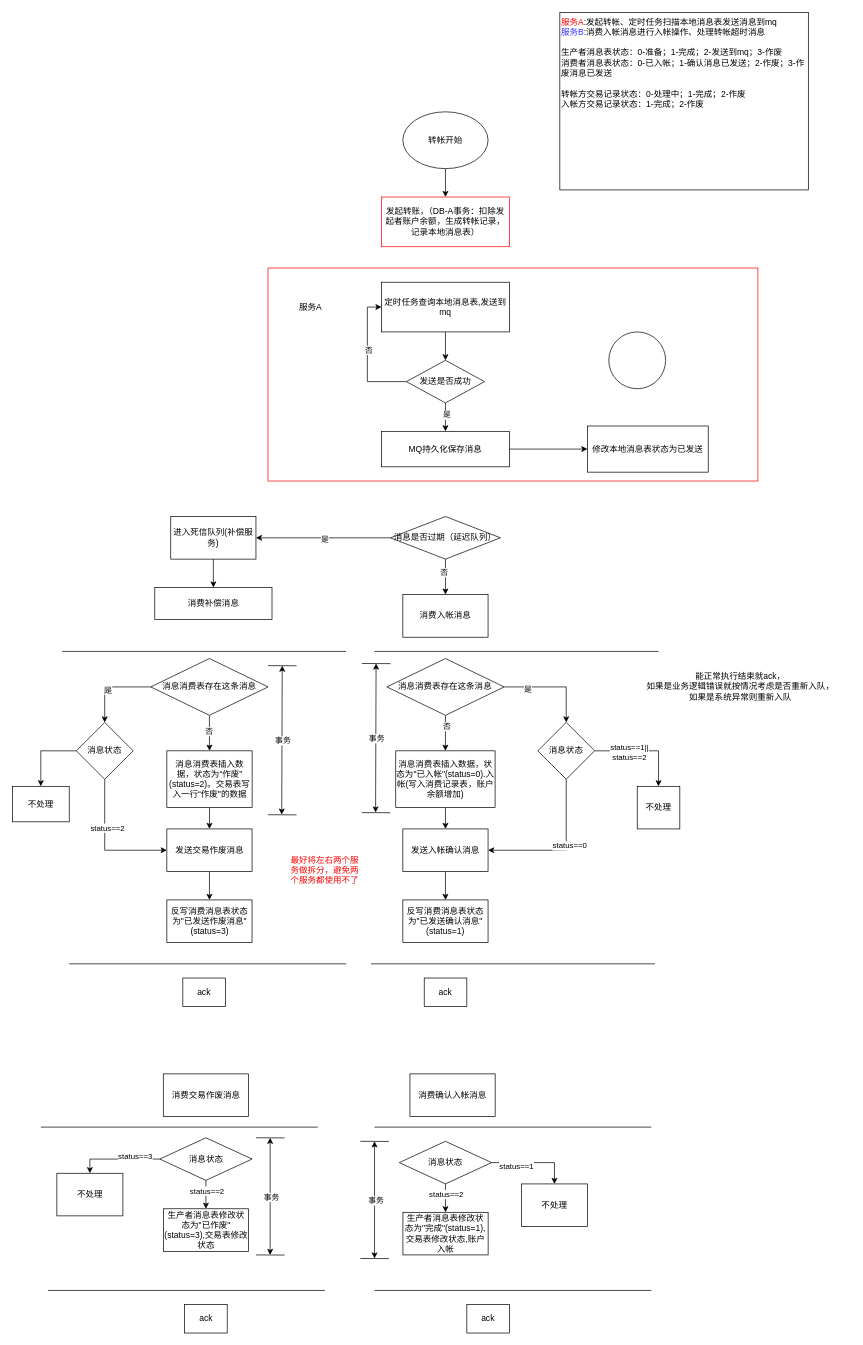
This is transfer-v2-跨数据库.drawio from liepig1223/drawio, a draw.io file, before an edit. Source tidied: cells renumbered, new cells numbered last; positions are measured from the earlier drawing's top-left corner, leaving out a move shared by most shapes. Both pictures are drawn from the tidied source at 71%, with x=0, y=0 at pixel (12, 12).
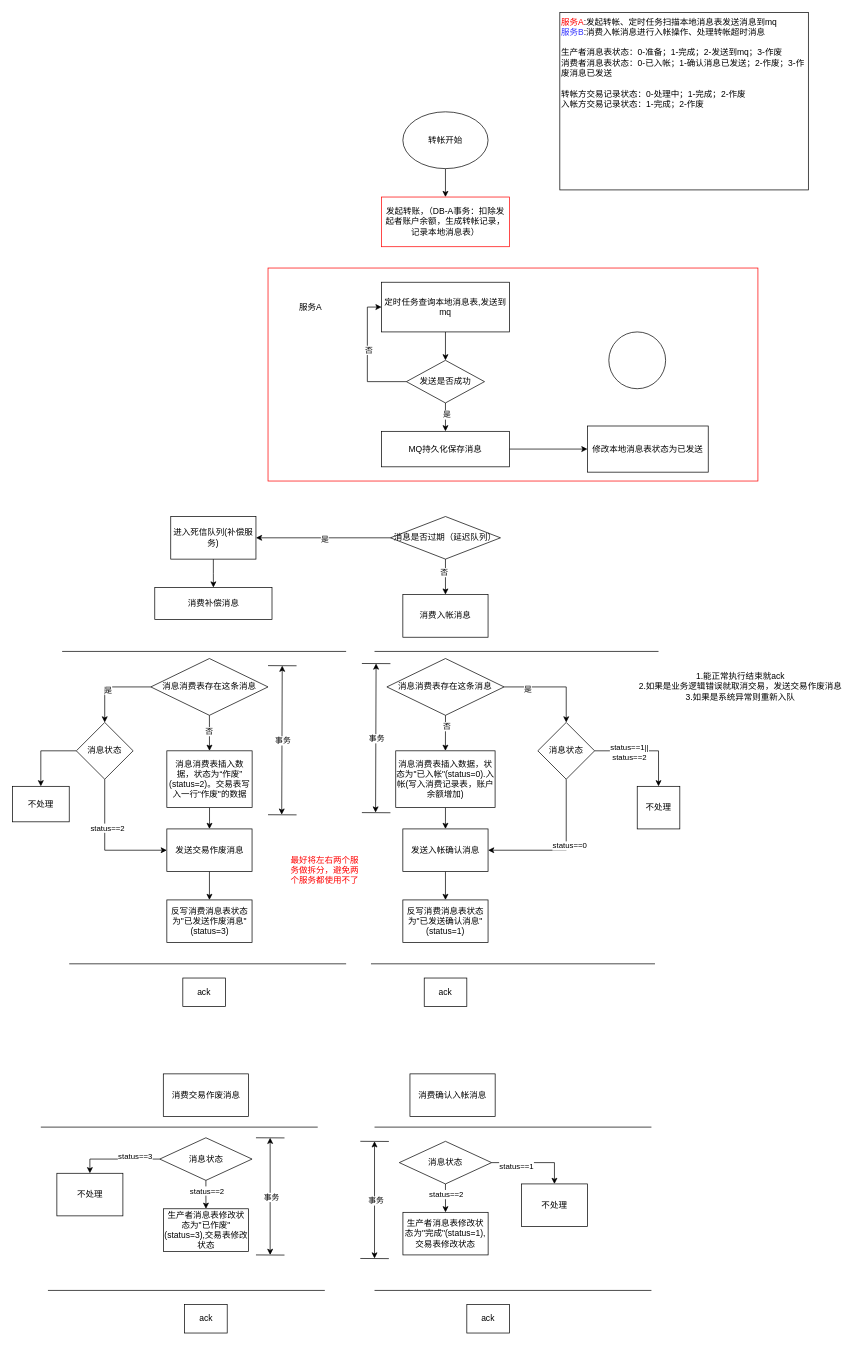
Above is the later version.

Commit message:
更新transfer-v2-跨数据库.drawio

Change to the diagram source:
```diff
@@
-    <mxCell id="56" value="生产者消息表修改状态为&quot;完成&quot;(status=1),交易表修改状态,账户入帐" style="rounded=0;whiteSpace=wrap;html=1;" parent="1" vertex="1">
+    <mxCell id="56" value="生产者消息表修改状态为&quot;完成&quot;(status=1),交易表修改状态" style="rounded=0;whiteSpace=wrap;html=1;" parent="1" vertex="1">
       <mxGeometry x="550" y="1690" width="120" height="60" as="geometry" />
     </mxCell>
@@
-    <mxCell id="72" value="&lt;div&gt;能正常执行结束就ack，&lt;/div&gt;&lt;div&gt;如果是业务逻辑错误就按情况考虑是否重新入队，&lt;/div&gt;&lt;div&gt;如果是系统异常则重新入队&lt;/div&gt;" style="text;html=1;align=center;verticalAlign=middle;strokeColor=none;fillColor=none;" parent="1" vertex="1">
-      <mxGeometry x="880" y="920" width="290" height="60" as="geometry" />
+    <mxCell id="72" value="&lt;div&gt;1.能正常执行结束就ack&lt;/div&gt;&lt;div&gt;2.如果是业务逻辑错误就取消交易，发送交易作废消息&lt;/div&gt;&lt;div&gt;3.如果是系统异常则重新入队&lt;/div&gt;" style="text;html=1;align=center;verticalAlign=middle;strokeColor=none;fillColor=none;" parent="1" vertex="1">
+      <mxGeometry x="870" y="920" width="310" height="60" as="geometry" />
     </mxCell>
```
